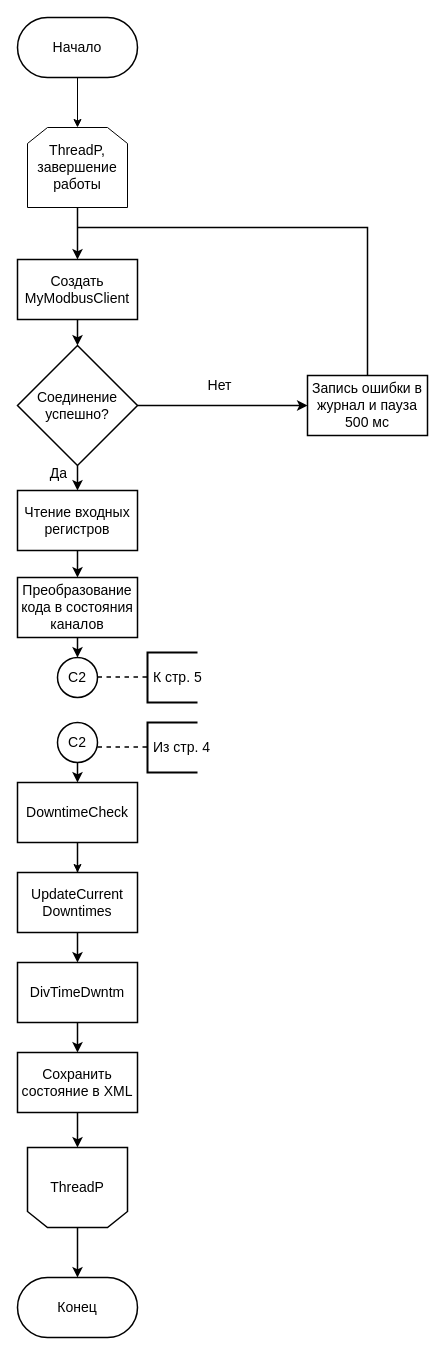
This is page "Page-2" (2 of 21) of diagrams/Untitled Diagram.drawio from KhasanovAMdev/MyDiagrams, a draw.io file, before an edit. Source tidied: cells renumbered, new cells numbered last; positions are measured from the earlier drawing's top-left corner, leaving out a move shared by most shapes. Both pictures are drawn from the tidied source at 100%, with x=0, y=0 at pixel (17, 17).
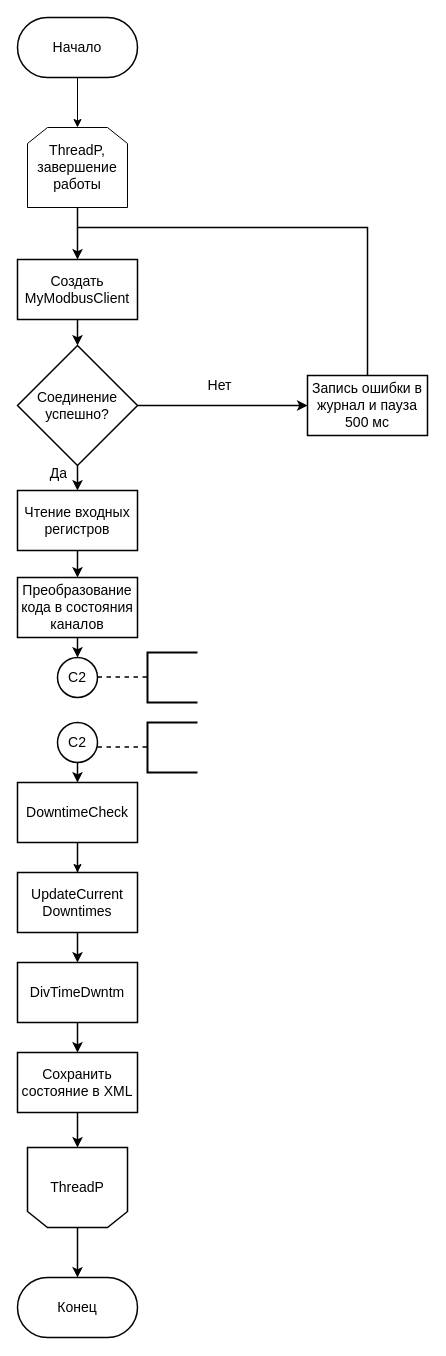
The same diagram, later.

What changed in the source:
```diff
@@
-    <mxCell id="32" value="&amp;nbsp;К стр. 5" style="strokeWidth=2;html=1;shape=mxgraph.flowchart.annotation_1;align=left;strokeColor=#000000;verticalAlign=middle;fontFamily=Helvetica;fontSize=14;fontColor=default;fillColor=#ffffff;" parent="1" vertex="1">
+    <mxCell id="32" style="strokeWidth=2;html=1;shape=mxgraph.flowchart.annotation_1;align=left;strokeColor=#000000;verticalAlign=middle;fontFamily=Helvetica;fontSize=14;fontColor=default;fillColor=#ffffff;" parent="1" vertex="1">
       <mxGeometry x="130" y="635" width="50" height="50" as="geometry" />
     </mxCell>
@@
-    <mxCell id="34" value="&amp;nbsp;Из стр. 4" style="strokeWidth=2;html=1;shape=mxgraph.flowchart.annotation_1;align=left;strokeColor=#000000;verticalAlign=middle;fontFamily=Helvetica;fontSize=14;fontColor=default;fillColor=#ffffff;" parent="1" vertex="1">
+    <mxCell id="34" style="strokeWidth=2;html=1;shape=mxgraph.flowchart.annotation_1;align=left;strokeColor=#000000;verticalAlign=middle;fontFamily=Helvetica;fontSize=14;fontColor=default;fillColor=#ffffff;" parent="1" vertex="1">
       <mxGeometry x="130" y="705" width="50" height="50" as="geometry" />
     </mxCell>
```
